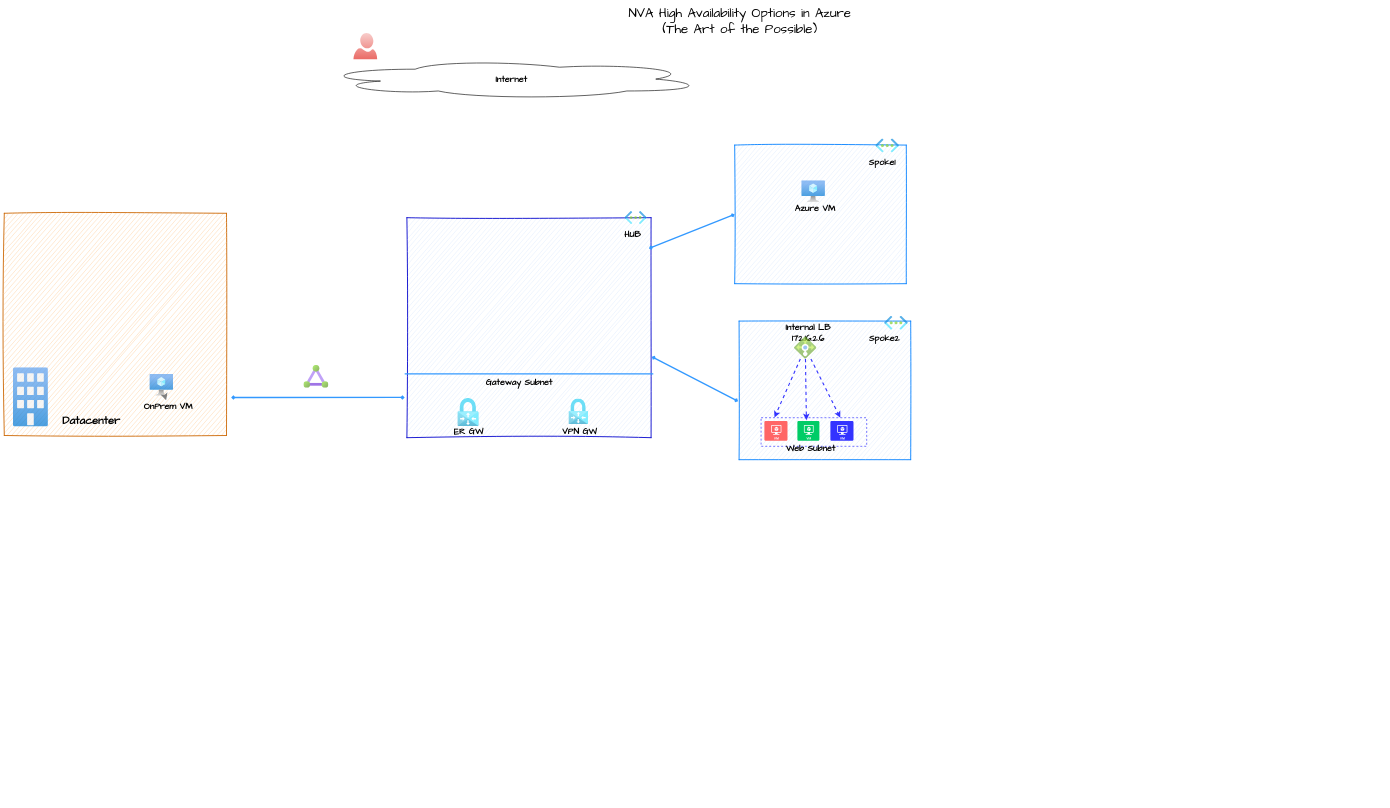
This is page "NVA-HA" (1 of 3) of diagrams/NVA-ha.drawio from nehalineogi/azure-networking, a draw.io file, before an edit. Source tidied: cells renumbered, new cells numbered last; positions are measured from the earlier drawing's top-left corner, leaving out a move shared by most shapes. Both pictures are drawn from the tidied source at 22%, with x=0, y=0 at pixel (4, 6). Pictures stored in the file or linked from it are replaced by grey dashed boxes.
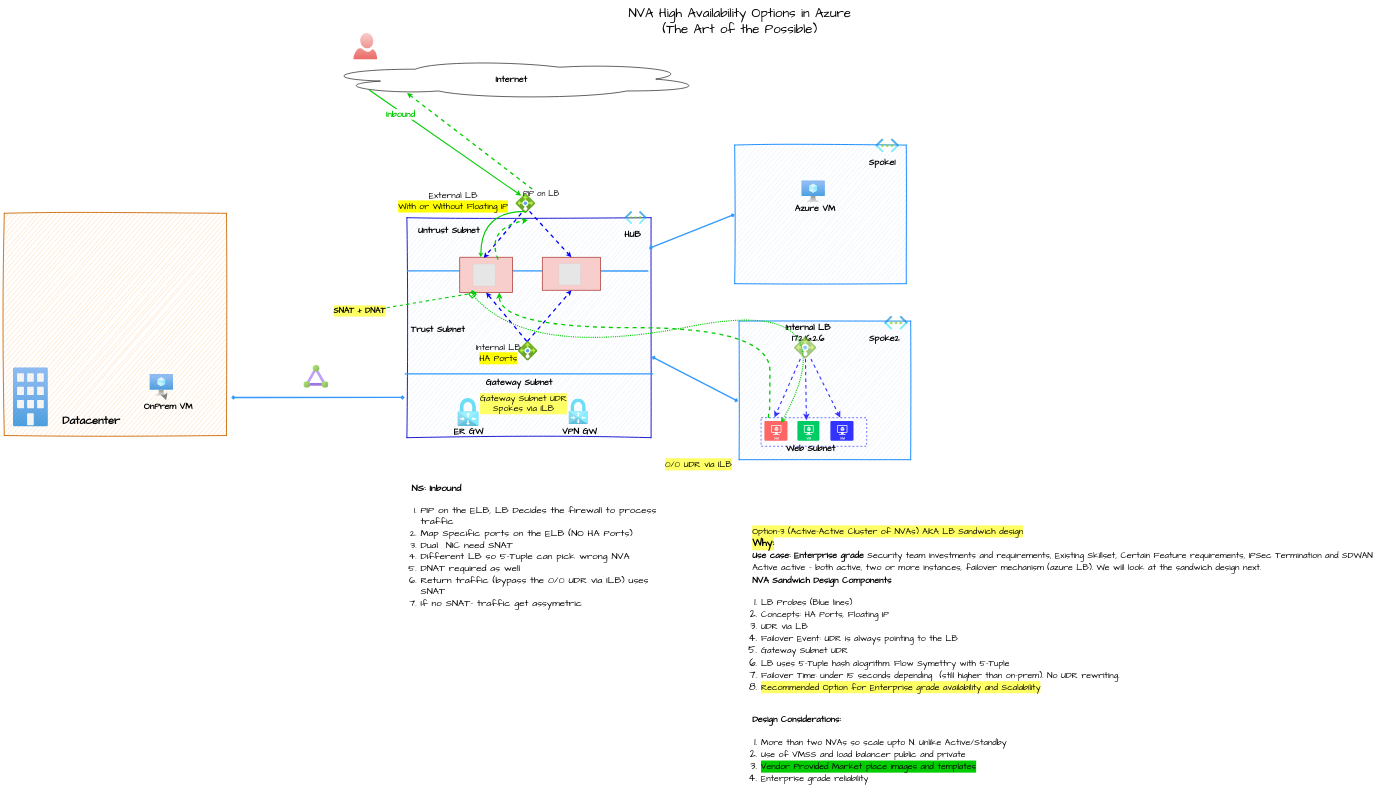
Above is the later version.

The change refers to these unchanged cells:
```xml
<mxCell id="16" value="&lt;font style=&quot;font-size: 40px;&quot;&gt;&lt;b style=&quot;font-size: 40px;&quot;&gt;Internet&lt;/b&gt;&lt;/font&gt;" style="ellipse;shape=cloud;whiteSpace=wrap;html=1;rounded=0;glass=0;labelBackgroundColor=default;sketch=0;fillStyle=auto;strokeColor=#000000;strokeWidth=4;fontFamily=Comic Sans MS;fontSize=40;fontColor=#000000;fillColor=none;gradientColor=none;opacity=70;labelBorderColor=none;" parent="2" vertex="1">
  <mxGeometry x="1430" y="240" width="1750" height="180" as="geometry" />
</mxCell>
<mxCell id="27" style="rounded=0;whiteSpace=wrap;html=1;strokeColor=#3333FF;fontSize=40;fontColor=#000000;fillColor=none;dashed=1;strokeWidth=3;" parent="2" vertex="1">
  <mxGeometry x="3440" y="1869.2" width="480" height="130" as="geometry" />
</mxCell>
<mxCell id="29" style="verticalLabelPosition=bottom;html=1;verticalAlign=top;align=center;strokeColor=none;fillColor=#FF6666;shape=mxgraph.azure.virtual_machine;fontSize=40;fontColor=#000000;" parent="2" vertex="1">
  <mxGeometry x="3455" y="1884.2" width="105" height="90" as="geometry" />
</mxCell>
```

Change to the diagram source:
```diff
@@
+    <mxCell id="45" parent="0" />
+    <mxCell id="46" style="edgeStyle=none;sketch=0;jumpStyle=none;jumpSize=2;orthogonalLoop=1;jettySize=auto;html=1;entryX=1.007;entryY=0.19;entryDx=0;entryDy=0;shadow=0;strokeColor=#3399FF;strokeWidth=6;fontFamily=Comic Sans MS;fontSize=40;fontColor=#000000;startArrow=none;startFill=0;endArrow=none;endFill=0;rounded=0;entryPerimeter=0;" parent="45" edge="1">
+      <mxGeometry relative="1" as="geometry">
+        <mxPoint x="1830" y="1202" as="sourcePoint" />
+        <mxPoint x="2927.6" y="1202.3" as="targetPoint" />
+      </mxGeometry>
+    </mxCell>
+    <mxCell id="47" style="whiteSpace=wrap;html=1;labelBackgroundColor=none;labelBorderColor=none;fillStyle=auto;strokeColor=#b85450;strokeWidth=4;fontFamily=Comic Sans MS;fontSize=40;fillColor=#f8cecc;" parent="45" vertex="1">
+      <mxGeometry x="2445.8" y="1140.2" width="264.2" height="149.8" as="geometry" />
+    </mxCell>
+    <mxCell id="48" style="html=1;points=[];align=center;image;fontSize=40;image=img/lib/azure2/networking/Load_Balancers.svg;rounded=0;shadow=0;labelBackgroundColor=none;labelBorderColor=none;sketch=1;fillWeight=-1;hachureGap=-1;hachureAngle=-41;jiggle=2;disableMultiStroke=1;disableMultiStrokeFill=1;fillStyle=auto;curveFitting=1;sketchStyle=rough;strokeColor=#6c8ebf;strokeWidth=3;fontFamily=Comic Sans MS;fontColor=rgb(0, 0, 0);fillColor=#A9C4EB;" parent="45" vertex="1">
+      <mxGeometry x="2334" y="1520" width="90" height="90" as="geometry" />
+    </mxCell>
+    <mxCell id="49" style="fillColor=#E6E6E6;strokeColor=#999999;dashed=1;verticalLabelPosition=bottom;labelBackgroundColor=default;verticalAlign=top;fontSize=40;" parent="45" vertex="1">
+      <mxGeometry x="2520" y="1168" width="100" height="98.3" as="geometry" />
+    </mxCell>
+    <mxCell id="50" style="rounded=0;jettySize=auto;html=1;exitX=0.456;exitY=0.021;exitDx=0;exitDy=0;strokeColor=#0000FF;strokeWidth=6;fontFamily=Comic Sans MS;fontSize=40;fontColor=#0000FF;endArrow=classic;endFill=1;dashed=1;exitPerimeter=0;entryX=0.5;entryY=1;entryDx=0;entryDy=0;" parent="45" edge="1" source="48" target="55">
+      <mxGeometry relative="1" as="geometry" />
+    </mxCell>
+    <mxCell id="51" style="rounded=0;jettySize=auto;html=1;exitX=0.489;exitY=0.021;exitDx=0;exitDy=0;strokeColor=#0000FF;strokeWidth=6;fontFamily=Comic Sans MS;fontSize=40;fontColor=#0000FF;endArrow=classic;endFill=1;dashed=1;exitPerimeter=0;entryX=0.5;entryY=1;entryDx=0;entryDy=0;" parent="45" edge="1" source="48" target="47">
+      <mxGeometry relative="1" as="geometry" />
+    </mxCell>
+    <mxCell id="52" value="&lt;span style=&quot;font-size: 40px;&quot;&gt;Internal LB&lt;br style=&quot;font-size: 40px;&quot;&gt;&lt;span style=&quot;background-color: rgb(255, 255, 0); font-size: 40px;&quot;&gt;HA Ports&lt;/span&gt;&lt;br style=&quot;font-size: 40px;&quot;&gt;&lt;/span&gt;" style="text;html=1;align=center;verticalAlign=middle;strokeColor=none;fillColor=none;fontSize=40;fontFamily=Comic Sans MS;fontColor=#000000;labelBackgroundColor=none;labelBorderColor=none;fillStyle=auto;strokeWidth=9;" parent="45" vertex="1">
+      <mxGeometry x="2125" y="1520" width="240" height="110" as="geometry" />
+    </mxCell>
+    <mxCell id="53" value="&lt;b style=&quot;font-size: 40px;&quot;&gt;Trust Subnet&lt;/b&gt;" style="text;html=1;align=center;verticalAlign=middle;strokeColor=none;fillColor=none;fontSize=40;fontFamily=Comic Sans MS;fontColor=#000000;labelBackgroundColor=none;labelBorderColor=none;fillStyle=auto;strokeWidth=9;" parent="45" vertex="1">
+      <mxGeometry x="1830" y="1440" width="280" height="60" as="geometry" />
+    </mxCell>
+    <mxCell id="54" value="&lt;span style=&quot;font-size: 40px;&quot;&gt;Untrust Subnet&lt;/span&gt;" style="text;html=1;align=center;verticalAlign=middle;strokeColor=none;fillColor=none;fontSize=40;fontFamily=Comic Sans MS;fontColor=#000000;labelBackgroundColor=none;labelBorderColor=none;fillStyle=auto;strokeWidth=9;fontStyle=1;" parent="45" vertex="1">
+      <mxGeometry x="1860" y="990" width="320" height="60" as="geometry" />
+    </mxCell>
+    <mxCell id="55" style="whiteSpace=wrap;html=1;labelBackgroundColor=none;labelBorderColor=none;fillStyle=auto;strokeColor=#b85450;strokeWidth=4;fontFamily=Comic Sans MS;fontSize=40;fillColor=#f8cecc;" parent="45" vertex="1">
+      <mxGeometry x="2070" y="1140" width="240" height="160" as="geometry" />
+    </mxCell>
+    <mxCell id="56" style="fillColor=#E6E6E6;strokeColor=#999999;dashed=1;verticalLabelPosition=bottom;labelBackgroundColor=default;verticalAlign=top;fontSize=40;" parent="45" vertex="1">
+      <mxGeometry x="2130" y="1170" width="102.7" height="101" as="geometry" />
+    </mxCell>
+    <mxCell id="57" style="text;html=1;align=center;verticalAlign=middle;strokeColor=none;fillColor=none;fontFamily=Comic Sans MS;" parent="45" vertex="1">
+      <mxGeometry x="2415" y="2218.5" width="20" height="30" as="geometry" />
+    </mxCell>
+    <mxCell id="58" value="&lt;font style=&quot;font-size: 40px;&quot;&gt;&lt;font style=&quot;background-color: rgb(255, 255, 102);&quot; color=&quot;#000000&quot;&gt;0/0 UDR via ILB&lt;br&gt;&lt;/font&gt;&lt;br&gt;&lt;/font&gt;" style="text;html=1;align=center;verticalAlign=middle;strokeColor=none;fillColor=none;fontFamily=Comic Sans MS;fontColor=#FF8000;" parent="45" vertex="1">
+      <mxGeometry x="2990" y="2050" width="330" height="110" as="geometry" />
+    </mxCell>
+    <mxCell id="59" style="rounded=0;jettySize=auto;html=1;exitX=0.705;exitY=0.901;exitDx=0;exitDy=0;strokeColor=#0000FF;strokeWidth=6;fontFamily=Comic Sans MS;fontSize=40;fontColor=#0000FF;endArrow=classic;endFill=1;entryX=0.5;entryY=0;entryDx=0;entryDy=0;dashed=1;exitPerimeter=0;" parent="45" edge="1" source="61" target="47">
+      <mxGeometry relative="1" as="geometry" />
+    </mxCell>
+    <mxCell id="60" style="rounded=0;jettySize=auto;html=1;exitX=0.75;exitY=0;exitDx=0;exitDy=0;strokeColor=#0000FF;strokeWidth=6;fontFamily=Comic Sans MS;fontSize=40;fontColor=#0000FF;endArrow=classic;endFill=1;entryX=0.455;entryY=0.02;entryDx=0;entryDy=0;dashed=1;entryPerimeter=0;" parent="45" edge="1" target="55">
+      <mxGeometry relative="1" as="geometry">
+        <mxPoint x="2350" y="940" as="sourcePoint" />
+      </mxGeometry>
+    </mxCell>
+    <mxCell id="61" style="html=1;points=[];align=center;image;fontSize=40;image=img/lib/azure2/networking/Load_Balancers.svg;rounded=0;shadow=0;labelBackgroundColor=none;labelBorderColor=none;sketch=1;fillWeight=-1;hachureGap=-1;hachureAngle=-41;jiggle=2;disableMultiStroke=1;disableMultiStrokeFill=1;fillStyle=auto;curveFitting=1;sketchStyle=rough;strokeColor=#6c8ebf;strokeWidth=3;fontFamily=Comic Sans MS;fontColor=rgb(0, 0, 0);fillColor=#A9C4EB;" parent="45" vertex="1">
+      <mxGeometry x="2324" y="850" width="90" height="90" as="geometry" />
+    </mxCell>
+    <mxCell id="62" value="&lt;span style=&quot;font-size: 40px;&quot;&gt;External LB&lt;br style=&quot;font-size: 40px;&quot;&gt;&lt;span style=&quot;background-color: rgb(255, 255, 0); font-size: 40px;&quot;&gt;With or Without Floating IP&lt;/span&gt;&lt;br style=&quot;font-size: 40px;&quot;&gt;&lt;/span&gt;" style="text;html=1;align=center;verticalAlign=middle;strokeColor=none;fillColor=none;fontSize=40;fontFamily=Comic Sans MS;fontColor=#000000;labelBackgroundColor=none;labelBorderColor=none;fillStyle=auto;strokeWidth=9;" parent="45" vertex="1">
+      <mxGeometry x="1765" y="830" width="550" height="110" as="geometry" />
+    </mxCell>
+    <mxCell id="63" style="text;html=1;align=center;verticalAlign=middle;strokeColor=none;fillColor=none;fontSize=40;fontFamily=Comic Sans MS;fontColor=#000000;" parent="45" vertex="1">
+      <mxGeometry x="3010" y="2220" width="20" height="60" as="geometry" />
+    </mxCell>
+    <mxCell id="64" value="&lt;span style=&quot;color: rgba(0, 0, 0, 0); font-family: monospace; font-size: 0px; text-align: start;&quot;&gt;Gatew&lt;/span&gt;" style="text;html=1;align=center;verticalAlign=middle;strokeColor=none;fillColor=none;fontSize=40;fontFamily=Comic Sans MS;fontColor=#000000;" parent="45" vertex="1">
+      <mxGeometry x="3710" y="2180" width="20" height="60" as="geometry" />
+    </mxCell>
+    <mxCell id="65" value="Gateway Subnet UDR&lt;br&gt;Spokes via ILB" style="text;html=1;align=center;verticalAlign=middle;strokeColor=none;fillColor=none;fontSize=40;fontFamily=Comic Sans MS;fontColor=#000000;labelBackgroundColor=#FFFF66;" parent="45" vertex="1">
+      <mxGeometry x="2150" y="1750" width="420" height="110" as="geometry" />
+    </mxCell>
+    <mxCell id="66" value="&lt;div style=&quot;text-align: left;&quot;&gt;&lt;div style=&quot;font-size: 46px;&quot;&gt;&lt;span style=&quot;font-size: 40px;&quot;&gt;&lt;br&gt;&lt;/span&gt;&lt;/div&gt;&lt;div style=&quot;font-size: 46px;&quot;&gt;&lt;span style=&quot;font-size: 40px;&quot;&gt;&lt;br&gt;&lt;/span&gt;&lt;/div&gt;&lt;div style=&quot;font-size: 46px;&quot;&gt;&lt;span style=&quot;font-size: 40px; background-color: rgb(255, 255, 102);&quot;&gt;Option-3 (Active-Active Cluster of NVAs) AKA LB Sandwich design&lt;/span&gt;&lt;/div&gt;&lt;div style=&quot;font-size: 46px;&quot;&gt;&lt;span style=&quot;background-color: rgb(255, 255, 102);&quot;&gt;&lt;b&gt;Why:&lt;/b&gt;&lt;/span&gt;&lt;/div&gt;&lt;div style=&quot;font-size: 46px;&quot;&gt;&lt;span style=&quot;font-size: 40px;&quot;&gt;&lt;b&gt;Use case: Enterprise grade&amp;nbsp;&lt;/b&gt;Security team investments and requirements, Existing Skillset, Certain Feature requirements, IPSec Termination and SDWAN&lt;/span&gt;&lt;/div&gt;&lt;div style=&quot;font-size: 46px;&quot;&gt;&lt;span style=&quot;font-size: 40px;&quot;&gt;Active active - both active, two or more instances, failover mechanism (azure LB). We will look at the sandwich design next.&lt;/span&gt;&lt;/div&gt;&lt;div style=&quot;font-size: 46px;&quot;&gt;&lt;span style=&quot;font-size: 40px;&quot;&gt;&lt;b&gt;NVA Sandwich Design Components&lt;/b&gt;&lt;/span&gt;&lt;/div&gt;&lt;div style=&quot;&quot;&gt;&lt;ol style=&quot;font-size: 46px;&quot;&gt;&lt;li&gt;&lt;span style=&quot;font-size: 40px;&quot;&gt;LB Probes (Blue lines)&lt;/span&gt;&lt;/li&gt;&lt;li&gt;&lt;span style=&quot;font-size: 40px;&quot;&gt;Concepts: HA Ports, Floating IP&lt;/span&gt;&lt;/li&gt;&lt;li&gt;&lt;span style=&quot;font-size: 40px;&quot;&gt;UDR via LB&lt;/span&gt;&lt;/li&gt;&lt;li&gt;&lt;span style=&quot;font-size: 40px;&quot;&gt;Failover Event: UDR is always pointing to the LB&lt;/span&gt;&lt;/li&gt;&lt;li&gt;&lt;span style=&quot;font-size: 40px;&quot;&gt;Gateway Subnet UDR&lt;/span&gt;&lt;/li&gt;&lt;li&gt;&lt;span style=&quot;font-size: 40px;&quot;&gt;LB uses 5-Tuple hash alogrithm. Flow Symettry with 5-Tuple&lt;/span&gt;&lt;/li&gt;&lt;li&gt;&lt;span style=&quot;font-size: 40px;&quot;&gt;Failover Time: under 15 seconds depending&amp;nbsp; (still higher than on-prem). No UDR rewriting.&lt;/span&gt;&lt;/li&gt;&lt;li&gt;&lt;span style=&quot;font-size: 40px; background-color: rgb(255, 255, 102);&quot;&gt;Recommended Option for Enterprise grade availability and Scalability&lt;/span&gt;&lt;/li&gt;&lt;/ol&gt;&lt;div style=&quot;&quot;&gt;&lt;span style=&quot;font-size: 40px;&quot;&gt;&lt;br&gt;&lt;/span&gt;&lt;/div&gt;&lt;div style=&quot;&quot;&gt;&lt;div style=&quot;border-color: var(--border-color); font-size: 46px;&quot;&gt;&lt;span style=&quot;border-color: var(--border-color); font-size: 40px;&quot;&gt;&lt;b style=&quot;border-color: var(--border-color);&quot;&gt;Design Considerations:&lt;/b&gt;&lt;/span&gt;&lt;/div&gt;&lt;div style=&quot;border-color: var(--border-color); font-size: 46px;&quot;&gt;&lt;ol style=&quot;border-color: var(--border-color);&quot;&gt;&lt;li style=&quot;border-color: var(--border-color);&quot;&gt;&lt;span style=&quot;border-color: var(--border-color); font-size: 40px;&quot;&gt;More than two NVAs so scale upto N. Unlike Active/Standby&lt;/span&gt;&lt;/li&gt;&lt;li style=&quot;border-color: var(--border-color);&quot;&gt;&lt;span style=&quot;border-color: var(--border-color); font-size: 40px;&quot;&gt;Use of VMSS and load balancer public and private&lt;/span&gt;&lt;/li&gt;&lt;li style=&quot;border-color: var(--border-color);&quot;&gt;&lt;span style=&quot;border-color: var(--border-color); font-size: 40px; background-color: rgb(0, 204, 0);&quot;&gt;Vendor Provided Market place images and templates&lt;/span&gt;&lt;/li&gt;&lt;li style=&quot;border-color: var(--border-color);&quot;&gt;&lt;span style=&quot;border-color: var(--border-color); font-size: 40px;&quot;&gt;Enterprise grade reliability&lt;/span&gt;&lt;/li&gt;&lt;/ol&gt;&lt;/div&gt;&lt;/div&gt;&lt;/div&gt;&lt;/div&gt;" style="text;html=1;align=center;verticalAlign=middle;strokeColor=none;fillColor=none;fontFamily=Comic Sans MS;" parent="45" vertex="1">
+      <mxGeometry x="3340" y="2205" width="2940" height="1420" as="geometry" />
+    </mxCell>
+    <mxCell id="67" parent="0" />
+    <mxCell id="68" style="edgeStyle=orthogonalEdgeStyle;curved=1;jettySize=auto;html=1;exitX=0.507;exitY=0.901;exitDx=0;exitDy=0;strokeColor=#00CC00;strokeWidth=5;fontFamily=Comic Sans MS;fontSize=30;fontColor=#000000;endArrow=classic;endFill=1;exitPerimeter=0;flowAnimation=1;" parent="67" edge="1" source="61">
+      <mxGeometry relative="1" as="geometry">
+        <mxPoint x="2166" y="1140" as="targetPoint" />
+      </mxGeometry>
+    </mxCell>
+    <mxCell id="69" style="edgeStyle=orthogonalEdgeStyle;jettySize=auto;html=1;entryX=0.75;entryY=1;entryDx=0;entryDy=0;dashed=1;strokeColor=#00CC00;strokeWidth=6;fontFamily=Comic Sans MS;fontSize=30;fontColor=#000000;startArrow=none;startFill=0;endArrow=classic;endFill=1;endSize=10;sourcePerimeterSpacing=24;targetPerimeterSpacing=12;curved=1;flowAnimation=0;exitX=0.069;exitY=0.009;exitDx=0;exitDy=0;exitPerimeter=0;" parent="67" edge="1" source="27" target="55">
+      <mxGeometry relative="1" as="geometry">
+        <Array as="points">
+          <mxPoint x="3480" y="1851" />
+          <mxPoint x="3480" y="1460" />
+          <mxPoint x="2250" y="1460" />
+        </Array>
+      </mxGeometry>
+    </mxCell>
+    <mxCell id="70" style="orthogonalLoop=1;jettySize=auto;html=1;exitX=0.617;exitY=0.031;exitDx=0;exitDy=0;dashed=1;strokeColor=#00CC00;strokeWidth=6;fontFamily=Comic Sans MS;fontSize=30;fontColor=#000000;startArrow=none;startFill=0;endArrow=classic;endFill=1;endSize=10;sourcePerimeterSpacing=24;targetPerimeterSpacing=12;curved=1;exitPerimeter=0;flowAnimation=0;" parent="67" edge="1">
+      <mxGeometry relative="1" as="geometry">
+        <mxPoint x="2244.6" y="1149.8" as="sourcePoint" />
+        <mxPoint x="2380" y="970" as="targetPoint" />
+        <Array as="points">
+          <mxPoint x="2188" y="1010" />
+        </Array>
+      </mxGeometry>
+    </mxCell>
+    <mxCell id="71" style="edgeStyle=none;curved=1;orthogonalLoop=1;jettySize=auto;html=1;dashed=1;strokeColor=#00CC00;strokeWidth=5;fontFamily=Comic Sans MS;fontSize=30;fontColor=#000000;startArrow=none;startFill=0;endArrow=classic;endFill=1;endSize=10;sourcePerimeterSpacing=24;targetPerimeterSpacing=12;" parent="67" edge="1">
+      <mxGeometry relative="1" as="geometry">
+        <mxPoint x="1680" y="1379" as="sourcePoint" />
+        <mxPoint x="2150" y="1300" as="targetPoint" />
+      </mxGeometry>
+    </mxCell>
+    <mxCell id="72" value="&lt;b style=&quot;font-size: 37px; background-color: rgb(255, 255, 102);&quot;&gt;SNAT + DNAT&lt;/b&gt;" style="text;html=1;align=center;verticalAlign=middle;strokeColor=none;fillColor=none;fontSize=37;fontFamily=Comic Sans MS;fontColor=#000000;shadow=0;gradientColor=#999900;comic=0;fillStyle=solid;sketch=1;curveFitting=1;jiggle=2;zigzagOffset=-10;sketchStyle=comic;" parent="67" vertex="1">
+      <mxGeometry x="1465" y="1355" width="300" height="60" as="geometry" />
+    </mxCell>
+    <mxCell id="73" style="edgeStyle=none;rounded=1;jettySize=auto;html=1;exitX=0.13;exitY=0.77;exitDx=0;exitDy=0;exitPerimeter=0;strokeColor=#00CC00;strokeWidth=5;fontFamily=Comic Sans MS;fontSize=30;fontColor=#000000;startArrow=none;startFill=0;endArrow=classic;endFill=1;sourcePerimeterSpacing=12;targetPerimeterSpacing=24;endSize=10;flowAnimation=1;" parent="67" edge="1" source="16">
+      <mxGeometry relative="1" as="geometry">
+        <mxPoint x="2350" y="860" as="targetPoint" />
+      </mxGeometry>
+    </mxCell>
+    <mxCell id="74" value="&lt;font size=&quot;1&quot; style=&quot;&quot; color=&quot;#00cc00&quot;&gt;&lt;b style=&quot;font-size: 40px;&quot;&gt;Inbound&lt;/b&gt;&lt;/font&gt;" style="edgeLabel;html=1;align=center;verticalAlign=middle;fontSize=15;fontFamily=Comic Sans MS;fontColor=#FF8000;" parent="73" vertex="1">
+      <mxGeometry x="-0.57" y="-9" relative="1" as="geometry" />
+    </mxCell>
+    <mxCell id="75" style="edgeStyle=none;rounded=1;jettySize=auto;html=1;exitX=0.229;exitY=0.853;exitDx=0;exitDy=0;exitPerimeter=0;dashed=1;strokeColor=#00CC00;strokeWidth=6;fontFamily=Comic Sans MS;fontSize=30;fontColor=#000000;startArrow=none;startFill=0;endArrow=classic;endFill=1;sourcePerimeterSpacing=24;targetPerimeterSpacing=20;entryX=0.229;entryY=0.853;entryDx=0;entryDy=0;entryPerimeter=0;" parent="67" edge="1" target="16">
+      <mxGeometry relative="1" as="geometry">
+        <mxPoint x="2400" y="830" as="sourcePoint" />
+      </mxGeometry>
+    </mxCell>
+    <mxCell id="76" value="PIP on LB" style="text;html=1;align=center;verticalAlign=middle;strokeColor=none;fillColor=none;fontSize=35;fontFamily=Comic Sans MS;fontColor=#000000;" parent="67" vertex="1">
+      <mxGeometry x="2350" y="820" width="180" height="60" as="geometry" />
+    </mxCell>
+    <mxCell id="77" style="edgeStyle=none;html=1;entryX=0.724;entryY=0.104;entryDx=0;entryDy=0;entryPerimeter=0;dashed=1;sketchStyle=comic;strokeColor=#00CC00;strokeWidth=5;fontFamily=Comic Sans MS;fontSize=30;fontColor=#000000;startArrow=box;startFill=0;endArrow=classic;endFill=1;startSize=17;endSize=10;curved=1;sourcePerimeterSpacing=24;targetPerimeterSpacing=12;dashPattern=1 1;flowAnimation=1;" parent="67" edge="1" target="29">
+      <mxGeometry relative="1" as="geometry">
+        <mxPoint x="2120" y="1300" as="sourcePoint" />
+        <Array as="points">
+          <mxPoint x="2380" y="1600" />
+          <mxPoint x="3850" y="1310" />
+        </Array>
+      </mxGeometry>
+    </mxCell>
+    <mxCell id="78" value="&lt;div style=&quot;border-color: var(--border-color); color: rgb(0, 0, 0); font-family: &amp;quot;Comic Sans MS&amp;quot;; font-size: 44px; font-style: normal; font-variant-ligatures: normal; font-variant-caps: normal; font-weight: 400; letter-spacing: normal; orphans: 2; text-indent: 0px; text-transform: none; widows: 2; word-spacing: 0px; -webkit-text-stroke-width: 0px; text-decoration-thickness: initial; text-decoration-style: initial; text-decoration-color: initial; text-align: left;&quot;&gt;&lt;b style=&quot;border-color: var(--border-color);&quot;&gt;NS: Inbound&lt;/b&gt;&lt;/div&gt;&lt;div style=&quot;border-color: var(--border-color); color: rgb(0, 0, 0); font-family: &amp;quot;Comic Sans MS&amp;quot;; font-size: 44px; font-style: normal; font-variant-ligatures: normal; font-variant-caps: normal; letter-spacing: normal; orphans: 2; text-indent: 0px; text-transform: none; widows: 2; word-spacing: 0px; -webkit-text-stroke-width: 0px; text-decoration-thickness: initial; text-decoration-style: initial; text-decoration-color: initial; text-align: left;&quot;&gt;&lt;ol&gt;&lt;li&gt;&lt;span style=&quot;border-color: var(--border-color);&quot;&gt;PIP on the ELB, LB Decides the firewall to process traffic&lt;/span&gt;&lt;/li&gt;&lt;li&gt;&lt;span style=&quot;border-color: var(--border-color);&quot;&gt;Map Specific ports on the ELB (NO HA Ports)&lt;/span&gt;&lt;/li&gt;&lt;li&gt;&lt;span style=&quot;border-color: var(--border-color);&quot;&gt;Dual&amp;nbsp; NIC need SNAT&lt;/span&gt;&lt;/li&gt;&lt;li&gt;&lt;span style=&quot;border-color: var(--border-color);&quot;&gt;Different LB so 5-Tuple can pick wrong NVA&lt;/span&gt;&lt;/li&gt;&lt;li&gt;&lt;span style=&quot;border-color: var(--border-color);&quot;&gt;DNAT required as well&lt;/span&gt;&lt;/li&gt;&lt;li&gt;&lt;span style=&quot;border-color: var(--border-color);&quot;&gt;Return traffic (bypass the 0/0 UDR via ILB) uses SNAT&lt;/span&gt;&lt;/li&gt;&lt;li&gt;If no SNAT- traffic get assymetric&lt;/li&gt;&lt;/ol&gt;&lt;/div&gt;" style="text;whiteSpace=wrap;html=1;fontSize=44;fontFamily=Comic Sans MS;fontColor=#000000;labelBackgroundColor=none;" parent="67" vertex="1">
+      <mxGeometry x="1850" y="2160" width="1140" height="680" as="geometry" />
+    </mxCell>
```
